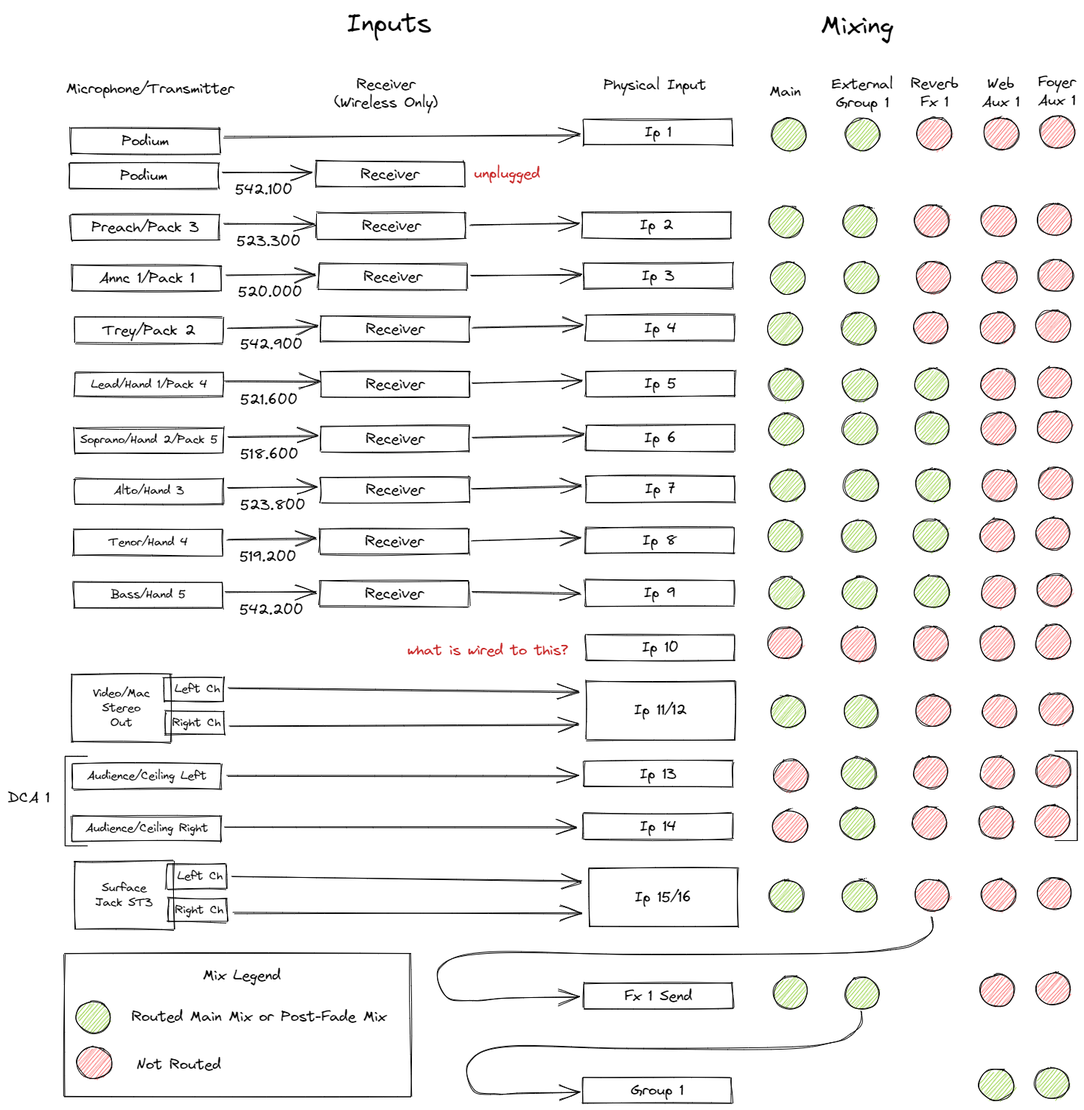
ckxng/avbooth-docs keeps this Excalidraw diagram as img/inputs-and-mixing-draft.excalidraw.png. Above is the earlier version. Source tidied: one line per element, renumbered; positions are measured from the earlier drawing's top-left corner, leaving out a move shared by most shapes.
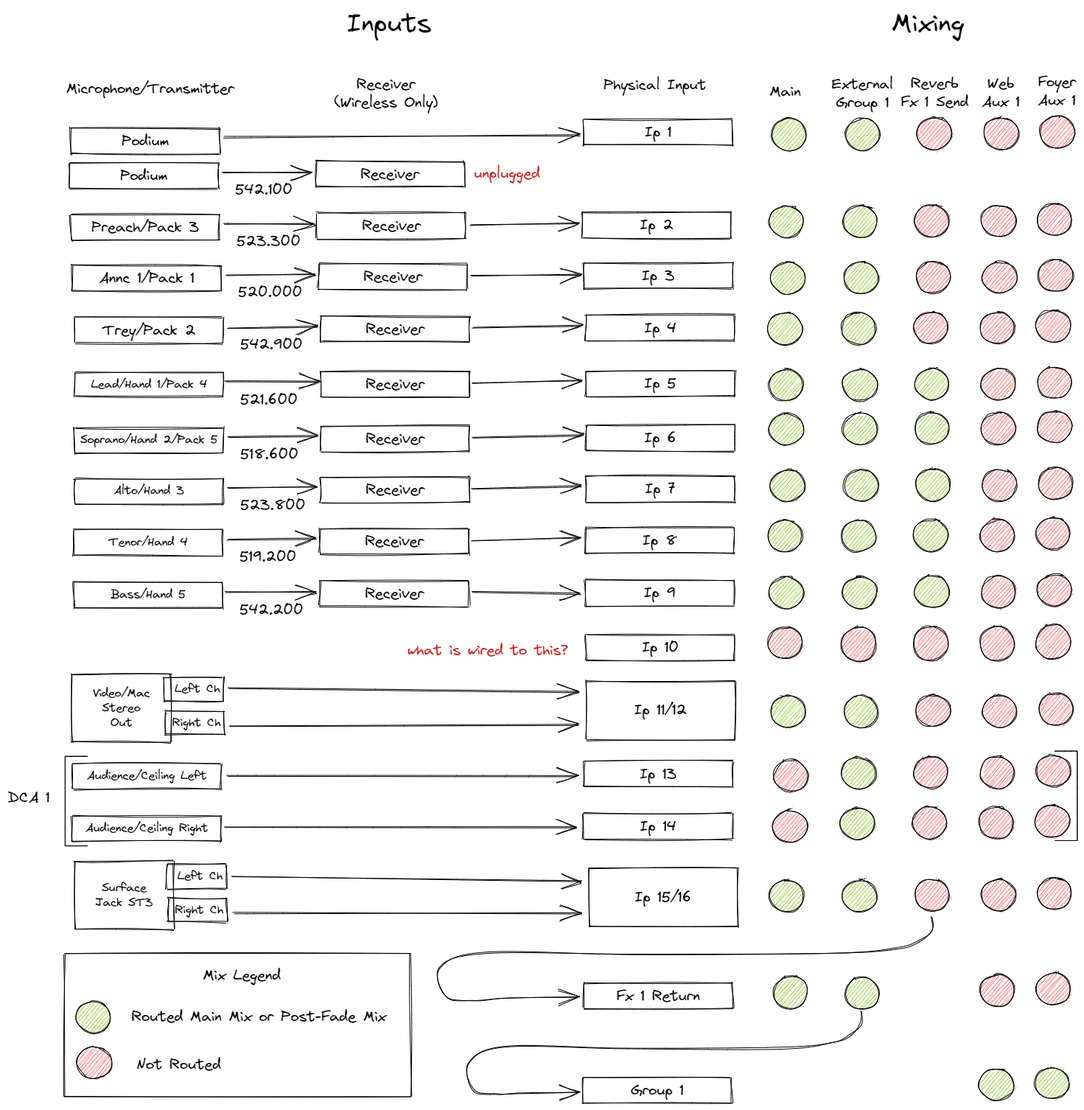
The same file after the commit.

Diff of the diagram source:
```diff
@@ -115,7 +115,7 @@
 {"id": 114, "type": "arrow", "strokeColor": "#000000", "strokeWidth": 1, "roughness": 1, "endArrowhead": "arrow", "from": 111, "to": 107, "x": 306, "y": 1229, "width": 473, "height": 0, "points": [[0, 0], [473, 0]]}
 {"id": 115, "type": "rectangle", "strokeColor": "#000000", "strokeWidth": 1, "roughness": 1, "x": 91, "y": 1159, "width": 135, "height": 92}
 {"id": 116, "type": "text", "text": "Surface\nJack ST3", "strokeColor": "#000000", "backgroundColor": "#ced4da", "fillStyle": "hachure", "strokeWidth": 1, "roughness": 1, "fontSize": 16, "fontFamily": 1, "textAlign": "center", "verticalAlign": "middle", "inside": 115, "x": 96, "y": 1185, "width": 125, "height": 40}
-{"id": 117, "type": "text", "text": "Mixing", "strokeColor": "#000000", "backgroundColor": "#ced4da", "fillStyle": "hachure", "strokeWidth": 1, "roughness": 1, "fontSize": 36, "fontFamily": 1, "textAlign": "center", "x": 1104, "y": 3, "width": 99, "height": 45}
+{"id": 117, "type": "text", "text": "Mixing", "strokeColor": "#000000", "backgroundColor": "#ced4da", "fillStyle": "hachure", "strokeWidth": 1, "roughness": 1, "fontSize": 36, "fontFamily": 1, "textAlign": "center", "x": 1200, "y": 0, "width": 99, "height": 45}
 {"id": 118, "type": "ellipse", "strokeColor": "#000000", "backgroundColor": "#82c91e", "fillStyle": "hachure", "strokeWidth": 1, "roughness": 1, "x": 1037, "y": 151, "width": 47, "height": 43}
 {"id": 119, "type": "text", "text": "Main", "strokeColor": "#000000", "backgroundColor": "#82c91e", "fillStyle": "hachure", "strokeWidth": 1, "roughness": 1, "fontSize": 20, "fontFamily": 1, "textAlign": "center", "x": 1034, "y": 102, "width": 43, "height": 25}
 {"id": 120, "type": "text", "text": "External\nGroup 1", "strokeColor": "#000000", "backgroundColor": "#82c91e", "fillStyle": "hachure", "strokeWidth": 1, "roughness": 1, "fontSize": 20, "fontFamily": 1, "textAlign": "center", "x": 1118, "y": 92, "width": 84, "height": 50}
@@ -146,7 +146,7 @@
 {"id": 145, "type": "ellipse", "strokeColor": "#000000", "backgroundColor": "#82c91e", "fillStyle": "hachure", "strokeWidth": 1, "roughness": 1, "x": 1130, "y": 1086, "width": 47, "height": 43}
 {"id": 146, "type": "ellipse", "strokeColor": "#000000", "backgroundColor": "#82c91e", "fillStyle": "hachure", "strokeWidth": 1, "roughness": 1, "x": 1034, "y": 1184, "width": 47, "height": 43}
 {"id": 147, "type": "ellipse", "strokeColor": "#000000", "backgroundColor": "#82c91e", "fillStyle": "hachure", "strokeWidth": 1, "roughness": 1, "x": 1134, "y": 1184, "width": 47, "height": 43}
-{"id": 148, "type": "text", "text": "Reverb\nFx 1", "strokeColor": "#000000", "backgroundColor": "#82c91e", "fillStyle": "hachure", "strokeWidth": 1, "roughness": 1, "fontSize": 20, "fontFamily": 1, "textAlign": "center", "x": 1226, "y": 91, "width": 65, "height": 50}
+{"id": 148, "type": "text", "text": "Reverb\nFx 1 Send", "strokeColor": "#000000", "backgroundColor": "#82c91e", "fillStyle": "hachure", "strokeWidth": 1, "roughness": 1, "fontSize": 20, "fontFamily": 1, "textAlign": "center", "x": 1212, "y": 91, "width": 93, "height": 50}
 {"id": 149, "type": "ellipse", "strokeColor": "#000000", "backgroundColor": "#fa5252", "fillStyle": "hachure", "strokeWidth": 1, "roughness": 1, "x": 1235, "y": 150, "width": 47, "height": 43}
 {"id": 150, "type": "ellipse", "strokeColor": "#000000", "backgroundColor": "#fa5252", "fillStyle": "hachure", "strokeWidth": 1, "roughness": 1, "x": 1231, "y": 268, "width": 47, "height": 43}
 {"id": 151, "type": "ellipse", "strokeColor": "#000000", "backgroundColor": "#fa5252", "fillStyle": "hachure", "strokeWidth": 1, "roughness": 1, "x": 1233, "y": 345, "width": 47, "height": 43}
@@ -208,9 +208,9 @@
 {"id": 207, "type": "line", "strokeColor": "#000000", "backgroundColor": "#fff", "fillStyle": "solid", "strokeWidth": 1, "roughness": 0, "x": 1452, "y": 1009, "width": 0, "height": 121, "points": [[0, 0], [0, 121]]}
 {"id": 208, "type": "line", "strokeColor": "#000000", "backgroundColor": "#fff", "fillStyle": "solid", "strokeWidth": 1, "roughness": 0, "x": 1452, "y": 1009, "width": 30, "height": 0, "points": [[0, 0], [-30, 0]]}
 {"id": 209, "type": "line", "strokeColor": "#000000", "backgroundColor": "#fff", "fillStyle": "solid", "strokeWidth": 1, "roughness": 0, "x": 1452, "y": 1130, "width": 30, "height": 0, "points": [[0, 0], [-30, 0]]}
-{"id": 210, "type": "arrow", "strokeColor": "#000000", "backgroundColor": "#fa5252", "fillStyle": "hachure", "strokeWidth": 1, "roughness": 1, "endArrowhead": "arrow", "from": 162, "to": 211, "x": 1119, "y": 1234, "width": 667, "height": 113, "points": [[135, 0], [135, 17], [119, 32], [88, 42], [0, 50], [-262, 50], [-469, 48], [-531, 69], [-524, 108], [-485, 113], [-441, 111], [-344, 109]]}
+{"id": 210, "type": "arrow", "strokeColor": "#000000", "backgroundColor": "#fa5252", "fillStyle": "hachure", "strokeWidth": 1, "roughness": 1, "endArrowhead": "arrow", "from": 162, "to": 211, "x": 1255, "y": 1234, "width": 667, "height": 113, "points": [[0, 0], [-1, 17], [-17, 32], [-47, 42], [-136, 50], [-398, 50], [-605, 48], [-667, 69], [-660, 108], [-621, 113], [-576, 111], [-480, 109]]}
 {"id": 211, "type": "rectangle", "strokeColor": "#000000", "strokeWidth": 1, "roughness": 1, "x": 782, "y": 1324, "width": 202, "height": 35}
-{"id": 212, "type": "text", "text": "Fx 1 Send", "strokeColor": "#000000", "strokeWidth": 1, "roughness": 1, "fontSize": 20, "fontFamily": 1, "textAlign": "center", "verticalAlign": "middle", "inside": 211, "x": 787, "y": 1329, "width": 192, "height": 25}
+{"id": 212, "type": "text", "text": "Fx 1 Return", "strokeColor": "#000000", "strokeWidth": 1, "roughness": 1, "fontSize": 20, "fontFamily": 1, "textAlign": "center", "verticalAlign": "middle", "inside": 211, "x": 787, "y": 1329, "width": 192, "height": 25}
 {"id": 213, "type": "ellipse", "strokeColor": "#000000", "backgroundColor": "#fa5252", "fillStyle": "hachure", "strokeWidth": 1, "roughness": 1, "x": 1320, "y": 1312, "width": 47, "height": 43}
 {"id": 214, "type": "ellipse", "strokeColor": "#000000", "backgroundColor": "#fa5252", "fillStyle": "hachure", "strokeWidth": 1, "roughness": 1, "x": 1396, "y": 1310, "width": 47, "height": 43}
 {"id": 215, "type": "arrow", "strokeColor": "#000000", "backgroundColor": "#fa5252", "fillStyle": "hachure", "strokeWidth": 1, "roughness": 1, "endArrowhead": "arrow", "from": 220, "to": 216, "x": 1158, "y": 1362, "width": 531, "height": 113, "points": [[0, 0], [-1, 17], [-13, 32], [-38, 42], [-108, 50], [-317, 50], [-482, 48], [-531, 69], [-526, 108], [-495, 113], [-459, 111], [-382, 109]]}
```
